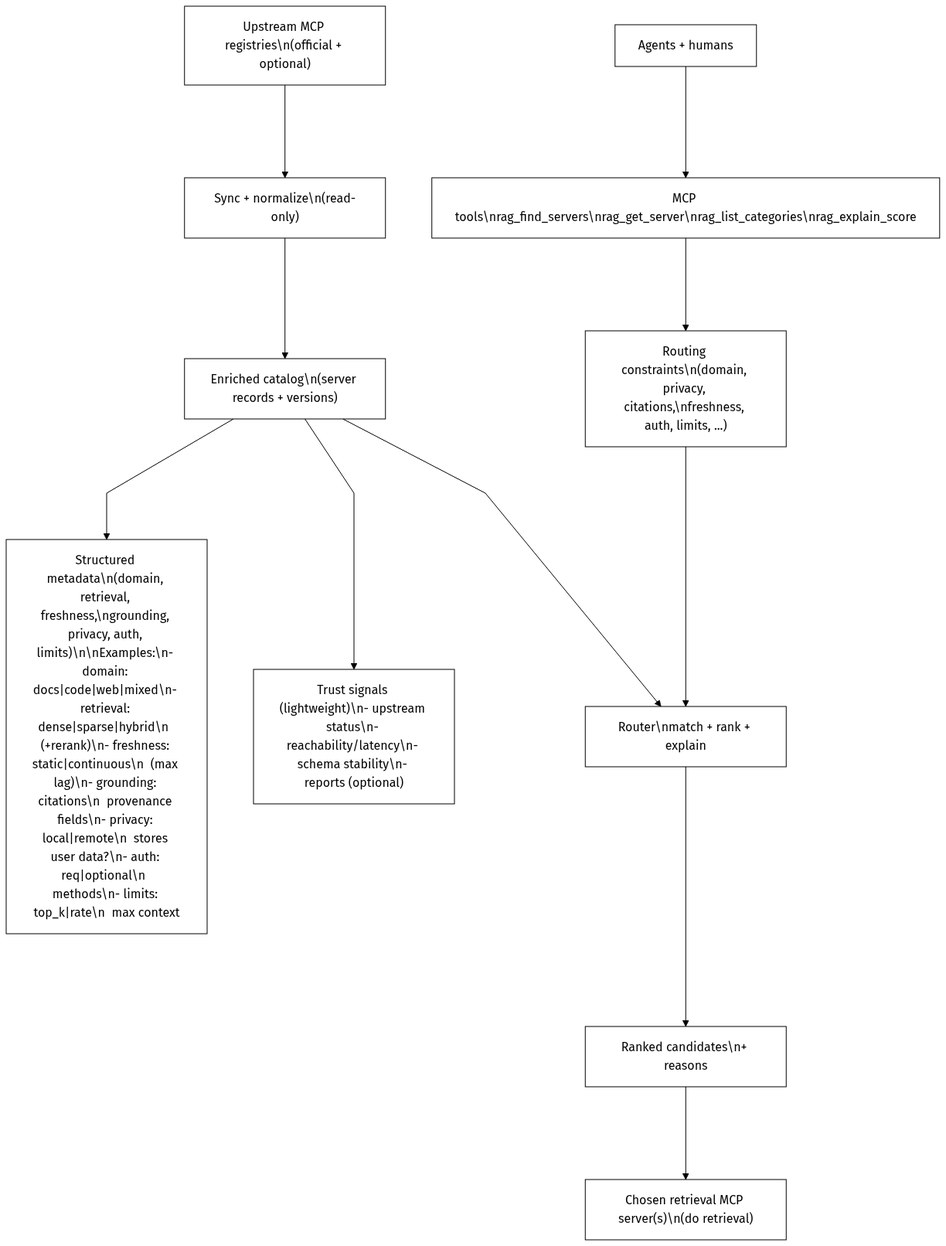
khalidsaidi/ragmap keeps this Mermaid diagram as docs/diagrams/ragmap-architecture.png. Above is the earlier version. Its source is kept beside it as docs/diagrams/ragmap-architecture.mmd.
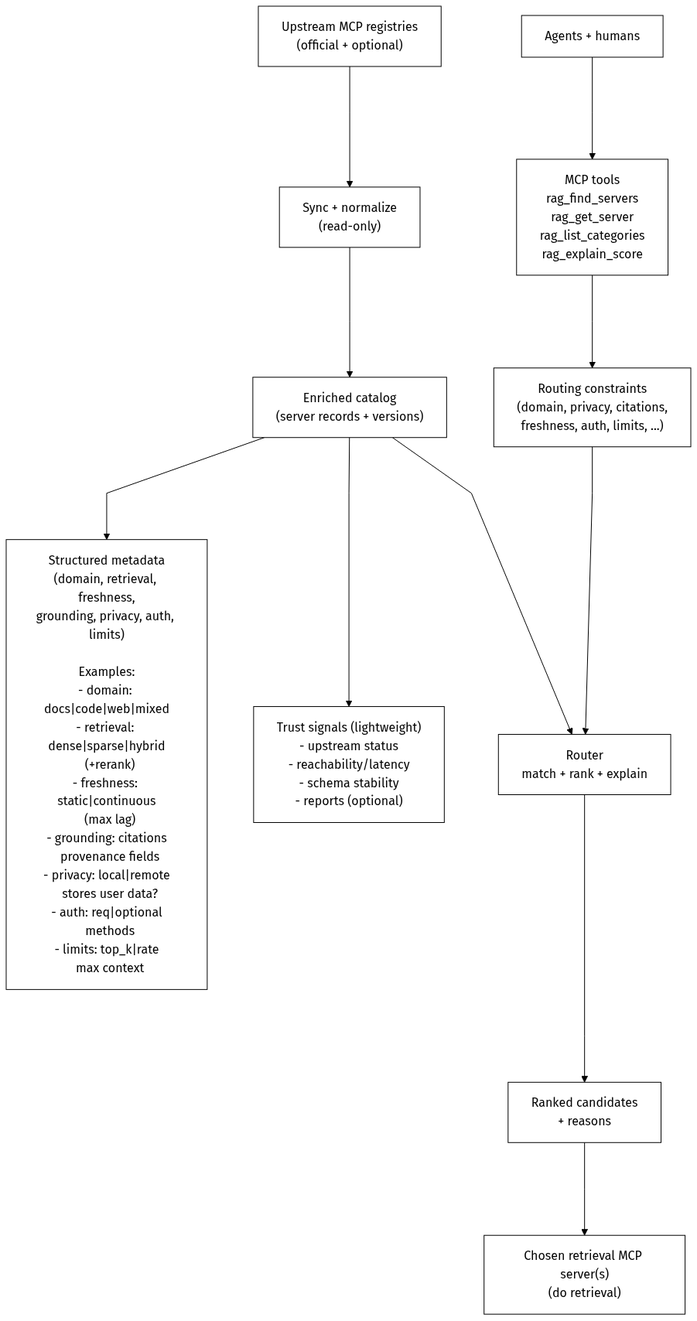
After the commit.

Change to the diagram source:
```diff
@@ -3,21 +3,21 @@
 
   classDef mono fill:#ffffff,stroke:#000000,color:#000000,stroke-width:1px;
 
-  Sources["Upstream MCP registries\n(official + optional)"]:::mono
-  Sync["Sync + normalize\n(read-only)"]:::mono
-  Catalog["Enriched catalog\n(server records + versions)"]:::mono
+  Sources["Upstream MCP registries<br/>(official + optional)"]:::mono
+  Sync["Sync + normalize<br/>(read-only)"]:::mono
+  Catalog["Enriched catalog<br/>(server records + versions)"]:::mono
 
-  Cap["Structured metadata\n(domain, retrieval, freshness,\ngrounding, privacy, auth, limits)\n\nExamples:\n- domain: docs|code|web|mixed\n- retrieval: dense|sparse|hybrid\n  (+rerank)\n- freshness: static|continuous\n  (max lag)\n- grounding: citations\n  provenance fields\n- privacy: local|remote\n  stores user data?\n- auth: req|optional\n  methods\n- limits: top_k|rate\n  max context"]:::mono
+  Cap["Structured metadata<br/>(domain, retrieval, freshness,<br/>grounding, privacy, auth, limits)<br/><br/>Examples:<br/>- domain: docs|code|web|mixed<br/>- retrieval: dense|sparse|hybrid<br/>  (+rerank)<br/>- freshness: static|continuous<br/>  (max lag)<br/>- grounding: citations<br/>  provenance fields<br/>- privacy: local|remote<br/>  stores user data?<br/>- auth: req|optional<br/>  methods<br/>- limits: top_k|rate<br/>  max context"]:::mono
 
-  Trust["Trust signals (lightweight)\n- upstream status\n- reachability/latency\n- schema stability\n- reports (optional)"]:::mono
+  Trust["Trust signals (lightweight)<br/>- upstream status<br/>- reachability/latency<br/>- schema stability<br/>- reports (optional)"]:::mono
 
-  Router["Router\nmatch + rank + explain"]:::mono
-  Ranked["Ranked candidates\n+ reasons"]:::mono
-  Retrieval["Chosen retrieval MCP server(s)\n(do retrieval)"]:::mono
+  Router["Router<br/>match + rank + explain"]:::mono
+  Ranked["Ranked candidates<br/>+ reasons"]:::mono
+  Retrieval["Chosen retrieval MCP server(s)<br/>(do retrieval)"]:::mono
 
   Users["Agents + humans"]:::mono
-  Tools["MCP tools\nrag_find_servers\nrag_get_server\nrag_list_categories\nrag_explain_score"]:::mono
-  Criteria["Routing constraints\n(domain, privacy, citations,\nfreshness, auth, limits, ...)"]:::mono
+  Tools["MCP tools<br/>rag_find_servers<br/>rag_get_server<br/>rag_list_categories<br/>rag_explain_score"]:::mono
+  Criteria["Routing constraints<br/>(domain, privacy, citations,<br/>freshness, auth, limits, ...)"]:::mono
 
   Sources --> Sync --> Catalog --> Router --> Ranked --> Retrieval
   Catalog --> Cap
```
